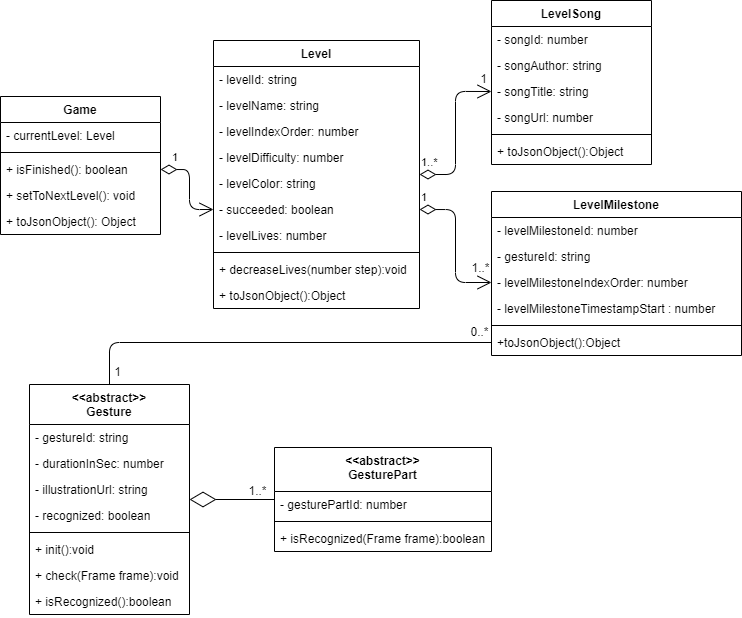
GesturesHero/GesturesHero keeps this draw.io diagram as documents/diagrams/GesturesHero - Model - Class Diagram.png. Above is the earlier version. Source tidied: cells renumbered, new cells last; positions are measured from the earlier drawing's top-left corner, leaving out a move shared by most shapes.
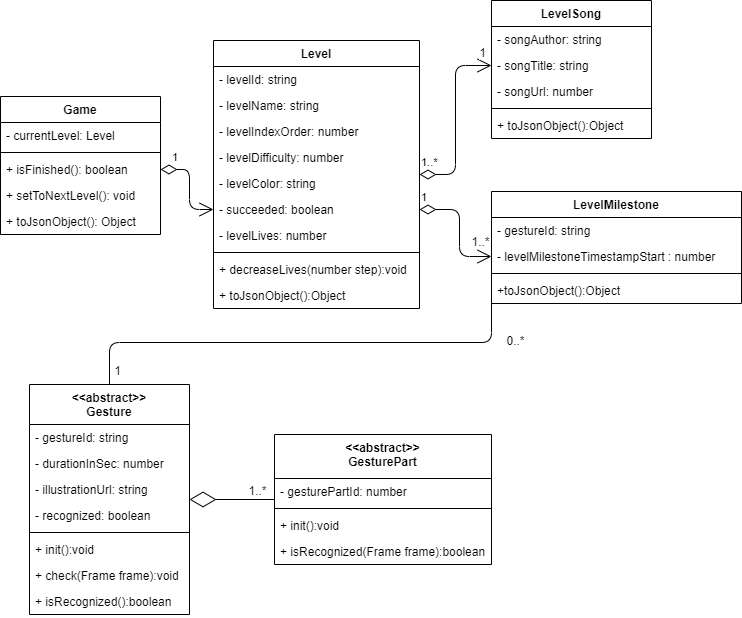
After the change.

Commit message:
Updated class diagram

The edit, as a diff of the source:
```diff
@@ -19,12 +19,18 @@
         <mxPoint x="-1.3" y="-10" as="offset" />
       </mxGeometry>
     </mxCell>
-    <mxCell id="5" value="1" style="endArrow=open;html=1;endSize=12;startArrow=diamondThin;startSize=14;startFill=0;edgeStyle=orthogonalEdgeStyle;align=left;verticalAlign=bottom;exitX=1;exitY=0.5;exitDx=0;exitDy=0;entryX=0;entryY=0.5;entryDx=0;entryDy=0;" parent="1" edge="1" source="24" target="39">
-      <mxGeometry x="-1" y="3" relative="1" as="geometry" />
+    <mxCell id="5" value="1" style="endArrow=open;html=1;endSize=12;startArrow=diamondThin;startSize=14;startFill=0;edgeStyle=orthogonalEdgeStyle;align=left;verticalAlign=bottom;exitX=1;exitY=0.5;exitDx=0;exitDy=0;entryX=0;entryY=0.5;entryDx=0;entryDy=0;" parent="1" edge="1" source="24">
+      <mxGeometry x="-1" y="3" relative="1" as="geometry">
+        <mxPoint x="491" y="256" as="targetPoint" />
+        <Array as="points">
+          <mxPoint x="459" y="209" />
+          <mxPoint x="459" y="256" />
+        </Array>
+      </mxGeometry>
     </mxCell>
     <mxCell id="6" value="1..*" style="text;html=1;align=center;verticalAlign=middle;labelBackgroundColor=#ffffff;" parent="5" vertex="1">
       <mxGeometry x="0.92" y="4" relative="1" as="geometry">
-        <mxPoint x="-5.3" y="-12" as="offset" />
+        <mxPoint x="-6.3" y="-12" as="offset" />
       </mxGeometry>
     </mxCell>
     <mxCell id="7" style="endArrow=diamondThin;endFill=0;endSize=24;html=1;" parent="1" edge="1" source="52" target="43">
@@ -104,46 +110,37 @@
       <mxGeometry y="242" width="206" height="26" as="geometry" />
     </mxCell>
     <mxCell id="29" value="LevelSong" style="swimlane;fontStyle=1;align=center;verticalAlign=top;horizontal=1;startSize=26;" parent="1" vertex="1">
-      <mxGeometry x="491" width="160" height="164" as="geometry" />
+      <mxGeometry x="491" width="160" height="138" as="geometry" />
     </mxCell>
-    <mxCell id="30" value="- songId: number" style="text;strokeColor=none;fillColor=none;align=left;verticalAlign=top;spacingLeft=4;spacingRight=4;overflow=hidden;" parent="29" vertex="1">
-      <mxGeometry y="26" width="160" height="26" as="geometry" />
-    </mxCell>
     <mxCell id="31" value="- songAuthor: string" style="text;strokeColor=none;fillColor=none;align=left;verticalAlign=top;spacingLeft=4;spacingRight=4;overflow=hidden;" parent="29" vertex="1">
-      <mxGeometry y="52" width="160" height="26" as="geometry" />
+      <mxGeometry y="26" width="160" height="26" as="geometry" />
     </mxCell>
     <mxCell id="32" value="- songTitle: string" style="text;strokeColor=none;fillColor=none;align=left;verticalAlign=top;spacingLeft=4;spacingRight=4;overflow=hidden;points=[[0,0.5],[1,0.5]];portConstraint=eastwest;" parent="29" vertex="1">
-      <mxGeometry y="78" width="160" height="26" as="geometry" />
+      <mxGeometry y="52" width="160" height="26" as="geometry" />
     </mxCell>
     <mxCell id="33" value="- songUrl: number" style="text;strokeColor=none;fillColor=none;align=left;verticalAlign=top;spacingLeft=4;spacingRight=4;overflow=hidden;" parent="29" vertex="1">
-      <mxGeometry y="104" width="160" height="26" as="geometry" />
+      <mxGeometry y="78" width="160" height="26" as="geometry" />
     </mxCell>
     <mxCell id="34" style="line;strokeWidth=1;fillColor=none;align=left;verticalAlign=middle;spacingTop=-1;spacingLeft=3;spacingRight=3;labelPosition=right;" parent="29" vertex="1">
-      <mxGeometry y="130" width="160" height="8" as="geometry" />
+      <mxGeometry y="104" width="160" height="8" as="geometry" />
     </mxCell>
     <mxCell id="35" value="+ toJsonObject():Object" style="text;strokeColor=none;fillColor=none;align=left;verticalAlign=top;spacingLeft=4;spacingRight=4;overflow=hidden;" parent="29" vertex="1">
-      <mxGeometry y="138" width="160" height="26" as="geometry" />
+      <mxGeometry y="112" width="160" height="26" as="geometry" />
     </mxCell>
     <mxCell id="36" value="LevelMilestone" style="swimlane;fontStyle=1;align=center;verticalAlign=top;horizontal=1;startSize=26;" parent="1" vertex="1">
-      <mxGeometry x="491" y="191" width="250" height="164" as="geometry" />
+      <mxGeometry x="491" y="191" width="250" height="112" as="geometry" />
     </mxCell>
-    <mxCell id="37" value="- levelMilestoneId: number" style="text;strokeColor=none;fillColor=none;align=left;verticalAlign=top;spacingLeft=4;spacingRight=4;overflow=hidden;" parent="36" vertex="1">
-      <mxGeometry y="26" width="250" height="26" as="geometry" />
-    </mxCell>
     <mxCell id="38" value="- gestureId: string" style="text;strokeColor=none;fillColor=none;align=left;verticalAlign=top;spacingLeft=4;spacingRight=4;overflow=hidden;" parent="36" vertex="1">
-      <mxGeometry y="52" width="250" height="26" as="geometry" />
+      <mxGeometry y="26" width="250" height="26" as="geometry" />
     </mxCell>
-    <mxCell id="39" value="- levelMilestoneIndexOrder: number" style="text;strokeColor=none;fillColor=none;align=left;verticalAlign=top;spacingLeft=4;spacingRight=4;overflow=hidden;points=[[0,0.5],[1,0.5]];portConstraint=eastwest;" parent="36" vertex="1">
-      <mxGeometry y="78" width="250" height="26" as="geometry" />
-    </mxCell>
     <mxCell id="40" value="- levelMilestoneTimestampStart : number" style="text;strokeColor=none;fillColor=none;align=left;verticalAlign=top;spacingLeft=4;spacingRight=4;overflow=hidden;" parent="36" vertex="1">
-      <mxGeometry y="104" width="250" height="26" as="geometry" />
+      <mxGeometry y="52" width="250" height="26" as="geometry" />
     </mxCell>
     <mxCell id="41" style="line;strokeWidth=1;fillColor=none;align=left;verticalAlign=middle;spacingTop=-1;spacingLeft=3;spacingRight=3;labelPosition=right;" parent="36" vertex="1">
-      <mxGeometry y="130" width="250" height="8" as="geometry" />
+      <mxGeometry y="78" width="250" height="8" as="geometry" />
     </mxCell>
     <mxCell id="42" value="+toJsonObject():Object" style="text;strokeColor=none;fillColor=none;align=left;verticalAlign=top;spacingLeft=4;spacingRight=4;overflow=hidden;points=[[0,0.5],[1,0.5]];portConstraint=eastwest;" parent="36" vertex="1">
-      <mxGeometry y="138" width="250" height="26" as="geometry" />
+      <mxGeometry y="86" width="250" height="26" as="geometry" />
     </mxCell>
     <mxCell id="43" value="&lt;&lt;abstract&gt;&gt;&#10;Gesture" style="swimlane;fontStyle=1;align=center;verticalAlign=top;horizontal=1;startSize=40;" parent="1" vertex="1">
       <mxGeometry x="29" y="384" width="160" height="230" as="geometry" />
@@ -173,7 +170,7 @@
       <mxGeometry y="204" width="160" height="26" as="geometry" />
     </mxCell>
     <mxCell id="52" value="&lt;&lt;abstract&gt;&gt;&#10;GesturePart" style="swimlane;fontStyle=1;align=center;verticalAlign=top;horizontal=1;startSize=44;" parent="1" vertex="1">
-      <mxGeometry x="274" y="447" width="217" height="104" as="geometry" />
+      <mxGeometry x="274" y="434" width="217" height="130" as="geometry" />
     </mxCell>
     <mxCell id="53" value="- gesturePartId: number" style="text;strokeColor=none;fillColor=none;align=left;verticalAlign=top;spacingLeft=4;spacingRight=4;overflow=hidden;" parent="52" vertex="1">
       <mxGeometry y="44" width="217" height="26" as="geometry" />
@@ -181,8 +178,11 @@
     <mxCell id="54" style="line;strokeWidth=1;fillColor=none;align=left;verticalAlign=middle;spacingTop=-1;spacingLeft=3;spacingRight=3;labelPosition=right;" parent="52" vertex="1">
       <mxGeometry y="70" width="217" height="8" as="geometry" />
     </mxCell>
-    <mxCell id="55" value="+ isRecognized(Frame frame):boolean" style="text;strokeColor=none;fillColor=none;align=left;verticalAlign=top;spacingLeft=4;spacingRight=4;overflow=hidden;" parent="52" vertex="1">
+    <mxCell id="55" value="+ init():void" style="text;strokeColor=none;fillColor=none;align=left;verticalAlign=top;spacingLeft=4;spacingRight=4;overflow=hidden;" parent="52" vertex="1">
       <mxGeometry y="78" width="217" height="26" as="geometry" />
     </mxCell>
+    <mxCell id="56" value="+ isRecognized(Frame frame):boolean" style="text;strokeColor=none;fillColor=none;align=left;verticalAlign=top;spacingLeft=4;spacingRight=4;overflow=hidden;" parent="52" vertex="1">
+      <mxGeometry y="104" width="217" height="26" as="geometry" />
+    </mxCell>
   </root>
 </mxGraphModel>
```
